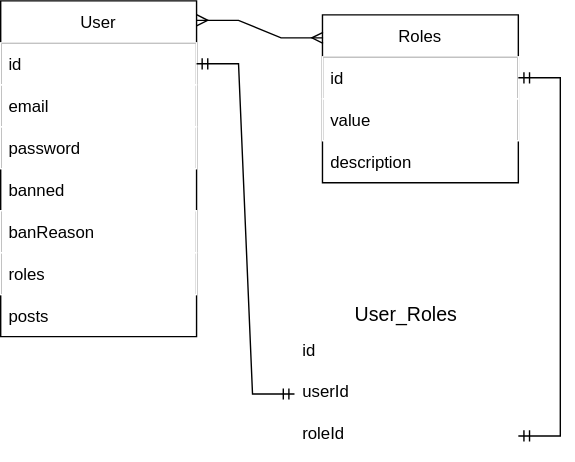
FedorowPavel/Blog keeps this draw.io diagram as server/data-relationships.svg. Above is the earlier version. Source tidied: cells renumbered, new cells last; positions are measured from the earlier drawing's top-left corner, leaving out a move shared by most shapes.
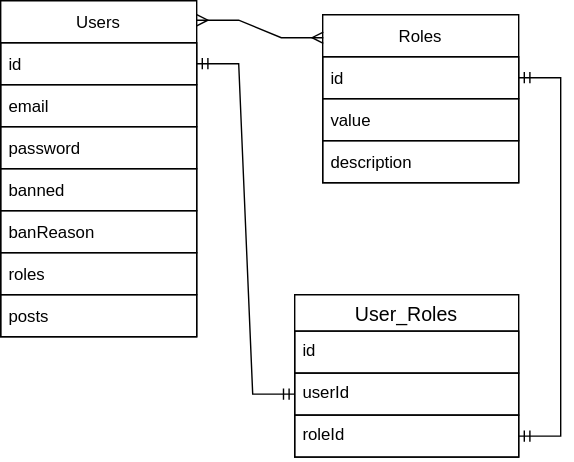
After the commit.

Commit message:
remove docker file, fix diagramm

Change to the diagram source:
```diff
@@ -2,55 +2,55 @@
   <root>
     <mxCell id="0" />
     <mxCell id="1" parent="0" />
-    <mxCell id="2" value="User" style="swimlane;fontStyle=0;horizontal=1;startSize=30;" parent="1" vertex="1">
+    <mxCell id="2" value="Users" style="swimlane;fontStyle=0;horizontal=1;startSize=30;rounded=0;strokeColor=#000000;" parent="1" vertex="1">
       <mxGeometry width="140" height="240" as="geometry" />
     </mxCell>
-    <mxCell id="3" value="id" style="text;align=left;verticalAlign=middle;spacingLeft=4;spacingRight=4;overflow=hidden;points=[[0,0.5],[1,0.5]];portConstraint=eastwest;strokeColor=default;" parent="2" vertex="1">
+    <mxCell id="3" value="id" style="text;align=left;verticalAlign=middle;spacingLeft=4;spacingRight=4;overflow=hidden;points=[[0,0.5],[1,0.5]];portConstraint=eastwest;strokeColor=#000000;" parent="2" vertex="1">
       <mxGeometry y="30" width="140" height="30" as="geometry" />
     </mxCell>
-    <mxCell id="4" value="email" style="text;strokeColor=default;fillColor=none;align=left;verticalAlign=middle;spacingLeft=4;spacingRight=4;overflow=hidden;" parent="2" vertex="1">
+    <mxCell id="4" value="email" style="text;strokeColor=#000000;fillColor=none;align=left;verticalAlign=middle;spacingLeft=4;spacingRight=4;overflow=hidden;" parent="2" vertex="1">
       <mxGeometry y="60" width="140" height="30" as="geometry" />
     </mxCell>
-    <mxCell id="5" value="password" style="text;strokeColor=default;fillColor=none;align=left;verticalAlign=middle;spacingLeft=4;spacingRight=4;overflow=hidden;" parent="2" vertex="1">
+    <mxCell id="5" value="password" style="text;strokeColor=#000000;fillColor=none;align=left;verticalAlign=middle;spacingLeft=4;spacingRight=4;overflow=hidden;" parent="2" vertex="1">
       <mxGeometry y="90" width="140" height="30" as="geometry" />
     </mxCell>
-    <mxCell id="6" value="banned" style="text;strokeColor=none;fillColor=none;align=left;verticalAlign=middle;spacingLeft=4;spacingRight=4;overflow=hidden;" parent="2" vertex="1">
+    <mxCell id="6" value="banned" style="text;strokeColor=#000000;fillColor=none;align=left;verticalAlign=middle;spacingLeft=4;spacingRight=4;overflow=hidden;" parent="2" vertex="1">
       <mxGeometry y="120" width="140" height="30" as="geometry" />
     </mxCell>
-    <mxCell id="7" value="banReason" style="text;strokeColor=default;fillColor=none;align=left;verticalAlign=middle;spacingLeft=4;spacingRight=4;overflow=hidden;" parent="2" vertex="1">
+    <mxCell id="7" value="banReason" style="text;strokeColor=#000000;fillColor=none;align=left;verticalAlign=middle;spacingLeft=4;spacingRight=4;overflow=hidden;" parent="2" vertex="1">
       <mxGeometry y="150" width="140" height="30" as="geometry" />
     </mxCell>
-    <mxCell id="8" value="roles" style="text;strokeColor=default;fillColor=none;align=left;verticalAlign=middle;spacingLeft=4;spacingRight=4;overflow=hidden;" parent="2" vertex="1">
+    <mxCell id="8" value="roles" style="text;strokeColor=#000000;fillColor=none;align=left;verticalAlign=middle;spacingLeft=4;spacingRight=4;overflow=hidden;" parent="2" vertex="1">
       <mxGeometry y="180" width="140" height="30" as="geometry" />
     </mxCell>
-    <mxCell id="9" value="posts" style="text;strokeColor=none;fillColor=none;align=left;verticalAlign=middle;spacingLeft=4;spacingRight=4;overflow=hidden;" parent="2" vertex="1">
+    <mxCell id="9" value="posts" style="text;strokeColor=#000000;fillColor=none;align=left;verticalAlign=middle;spacingLeft=4;spacingRight=4;overflow=hidden;" parent="2" vertex="1">
       <mxGeometry y="210" width="140" height="30" as="geometry" />
     </mxCell>
-    <mxCell id="10" value="Roles" style="swimlane;fontStyle=0;horizontal=1;startSize=30;" parent="1" vertex="1">
+    <mxCell id="10" value="Roles" style="swimlane;fontStyle=0;horizontal=1;startSize=30;strokeColor=#000000;" parent="1" vertex="1">
       <mxGeometry x="230" y="10" width="140" height="120" as="geometry" />
     </mxCell>
-    <mxCell id="11" value="id" style="text;strokeColor=default;fillColor=none;align=left;verticalAlign=middle;spacingLeft=4;spacingRight=4;overflow=hidden;points=[[0,0.5],[1,0.5]];portConstraint=eastwest;" parent="10" vertex="1">
+    <mxCell id="11" value="id" style="text;strokeColor=#000000;fillColor=none;align=left;verticalAlign=middle;spacingLeft=4;spacingRight=4;overflow=hidden;points=[[0,0.5],[1,0.5]];portConstraint=eastwest;" parent="10" vertex="1">
       <mxGeometry y="30" width="140" height="30" as="geometry" />
     </mxCell>
-    <mxCell id="12" value="value" style="text;strokeColor=default;fillColor=none;align=left;verticalAlign=middle;spacingLeft=4;spacingRight=4;overflow=hidden;" parent="10" vertex="1">
+    <mxCell id="12" value="value" style="text;strokeColor=#000000;fillColor=none;align=left;verticalAlign=middle;spacingLeft=4;spacingRight=4;overflow=hidden;" parent="10" vertex="1">
       <mxGeometry y="60" width="140" height="30" as="geometry" />
     </mxCell>
-    <mxCell id="13" value="description" style="text;strokeColor=none;fillColor=none;align=left;verticalAlign=middle;spacingLeft=4;spacingRight=4;overflow=hidden;" parent="10" vertex="1">
+    <mxCell id="13" value="description" style="text;strokeColor=#000000;fillColor=none;align=left;verticalAlign=middle;spacingLeft=4;spacingRight=4;overflow=hidden;" parent="10" vertex="1">
       <mxGeometry y="90" width="140" height="30" as="geometry" />
     </mxCell>
     <mxCell id="14" style="edgeStyle=entityRelationEdgeStyle;fontSize=12;html=1;endArrow=ERmany;startArrow=ERmany;rounded=0;exitX=1;exitY=0.058;exitDx=0;exitDy=0;exitPerimeter=0;entryX=0.003;entryY=0.137;entryDx=0;entryDy=0;entryPerimeter=0;" parent="1" edge="1" source="2" target="10">
       <mxGeometry relative="1" as="geometry" />
     </mxCell>
-    <mxCell id="15" value="User_Roles" style="swimlane;fontStyle=0;horizontal=1;startSize=26;align=center;fontSize=14;strokeColor=default;" parent="1" vertex="1">
+    <mxCell id="15" value="User_Roles" style="swimlane;fontStyle=0;horizontal=1;startSize=26;align=center;fontSize=14;strokeColor=#000000;" parent="1" vertex="1">
       <mxGeometry x="210" y="210" width="160" height="116" as="geometry" />
     </mxCell>
-    <mxCell id="16" value="id" style="text;strokeColor=default;fillColor=none;spacingLeft=4;spacingRight=4;overflow=hidden;fontSize=12;" parent="15" vertex="1">
+    <mxCell id="16" value="id" style="text;strokeColor=#000000;fillColor=none;spacingLeft=4;spacingRight=4;overflow=hidden;fontSize=12;" parent="15" vertex="1">
       <mxGeometry y="26" width="160" height="30" as="geometry" />
     </mxCell>
-    <mxCell id="17" value="userId" style="text;strokeColor=default;fillColor=none;spacingLeft=4;spacingRight=4;overflow=hidden;points=[[0,0.5],[1,0.5]];portConstraint=eastwest;fontSize=12;" parent="15" vertex="1">
+    <mxCell id="17" value="userId" style="text;strokeColor=#000000;fillColor=none;spacingLeft=4;spacingRight=4;overflow=hidden;points=[[0,0.5],[1,0.5]];portConstraint=eastwest;fontSize=12;" parent="15" vertex="1">
       <mxGeometry y="56" width="160" height="30" as="geometry" />
     </mxCell>
-    <mxCell id="18" value="roleId" style="text;strokeColor=none;fillColor=none;spacingLeft=4;spacingRight=4;overflow=hidden;points=[[0,0.5],[1,0.5]];portConstraint=eastwest;fontSize=12;" parent="15" vertex="1">
+    <mxCell id="18" value="roleId" style="text;strokeColor=#000000;fillColor=none;spacingLeft=4;spacingRight=4;overflow=hidden;points=[[0,0.5],[1,0.5]];portConstraint=eastwest;fontSize=12;" parent="15" vertex="1">
       <mxGeometry y="86" width="160" height="30" as="geometry" />
     </mxCell>
     <mxCell id="19" style="edgeStyle=entityRelationEdgeStyle;fontSize=12;html=1;endArrow=ERmandOne;startArrow=ERmandOne;rounded=0;exitX=1;exitY=0.5;exitDx=0;exitDy=0;entryX=0;entryY=0.5;entryDx=0;entryDy=0;" parent="1" edge="1" source="3" target="17">
```
